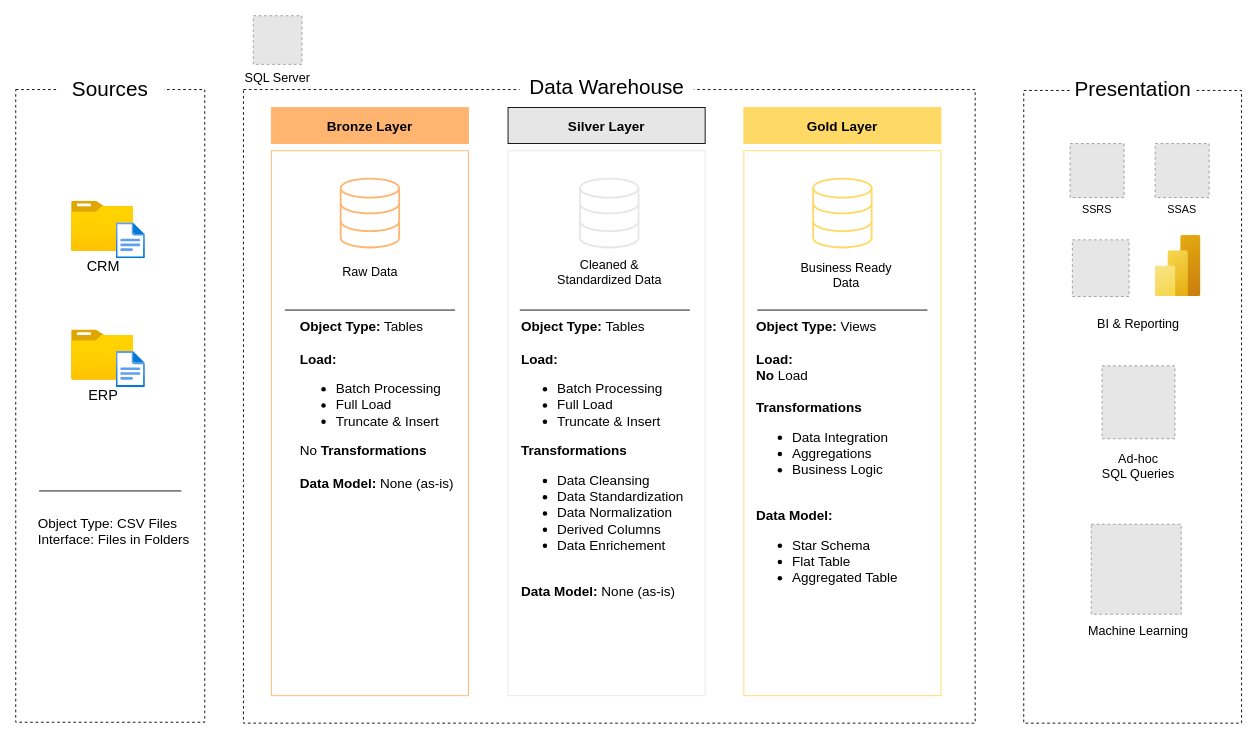
Above: DWH Implementation/DWH Architecture Diagram.drawio in MohammadGhanaym/Sales-Logistics-Analytics-DWH (draw.io), before the change. Source tidied: cells renumbered, new cells numbered last; positions are measured from the earlier drawing's top-left corner, leaving out a move shared by most shapes. Both pictures are drawn from the tidied source at 90%, with x=0, y=0 at pixel (15, 15). Pictures stored in the file or linked from it are replaced by grey dashed boxes.
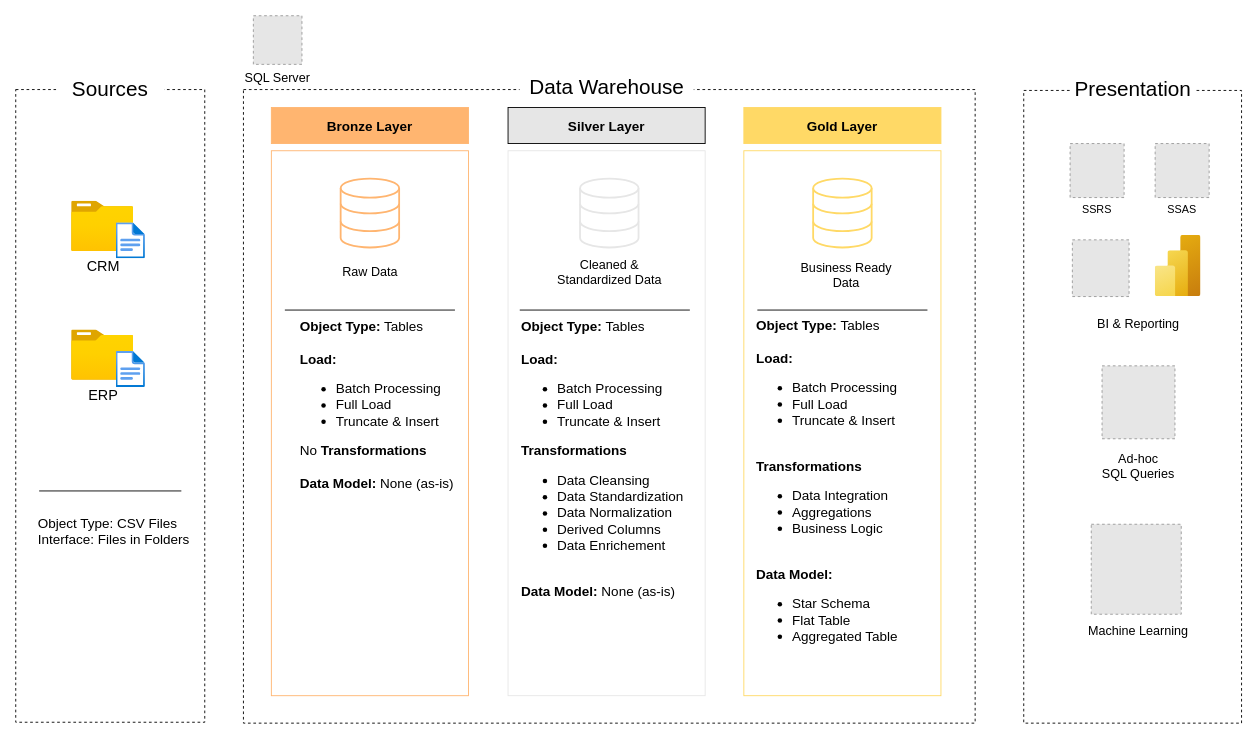
The same page after the edit.

The edit, as a diff of the source:
```diff
@@
-    <mxCell id="42" value="&lt;b&gt;Object Type:&lt;/b&gt; Views&lt;div&gt;&lt;br&gt;&lt;div&gt;&lt;b&gt;Load:&lt;/b&gt;&lt;/div&gt;&lt;div&gt;&lt;b&gt;No &lt;/b&gt;Load&lt;/div&gt;&lt;div&gt;&lt;b&gt;&lt;br&gt;&lt;/b&gt;&lt;/div&gt;&lt;div&gt;&lt;div&gt;&lt;b&gt;Transformations&lt;/b&gt;&lt;/div&gt;&lt;/div&gt;&lt;div&gt;&lt;ul&gt;&lt;li&gt;Data Integration&lt;/li&gt;&lt;li&gt;Aggregations&lt;/li&gt;&lt;li&gt;Business Logic&lt;/li&gt;&lt;/ul&gt;&lt;/div&gt;&lt;div&gt;&lt;br&gt;&lt;/div&gt;&lt;div&gt;&lt;b&gt;Data Model:&amp;nbsp;&lt;/b&gt;&lt;/div&gt;&lt;/div&gt;&lt;div&gt;&lt;ul&gt;&lt;li&gt;Star Schema&lt;/li&gt;&lt;li&gt;Flat Table&lt;/li&gt;&lt;li&gt;Aggregated Table&lt;/li&gt;&lt;/ul&gt;&lt;/div&gt;" style="text;html=1;whiteSpace=wrap;strokeColor=none;fillColor=none;align=left;verticalAlign=middle;rounded=0;fontSize=15;" parent="1" vertex="1">
-      <mxGeometry x="820.5" y="326" width="205" height="332.5" as="geometry" />
+    <mxCell id="42" value="&lt;b&gt;Object Type:&lt;/b&gt;&amp;nbsp;Tables&lt;div&gt;&lt;br&gt;&lt;div&gt;&lt;b&gt;Load:&lt;/b&gt;&lt;/div&gt;&lt;div&gt;&lt;ul&gt;&lt;li&gt;Batch Processing&lt;/li&gt;&lt;li&gt;Full Load&lt;/li&gt;&lt;li&gt;Truncate &amp;amp; Insert&lt;/li&gt;&lt;/ul&gt;&lt;/div&gt;&lt;div&gt;&lt;b&gt;&lt;br&gt;&lt;/b&gt;&lt;/div&gt;&lt;div&gt;&lt;div&gt;&lt;b&gt;Transformations&lt;/b&gt;&lt;/div&gt;&lt;/div&gt;&lt;div&gt;&lt;ul&gt;&lt;li&gt;Data Integration&lt;/li&gt;&lt;li&gt;Aggregations&lt;/li&gt;&lt;li&gt;Business Logic&lt;/li&gt;&lt;/ul&gt;&lt;/div&gt;&lt;div&gt;&lt;br&gt;&lt;/div&gt;&lt;div&gt;&lt;b&gt;Data Model:&amp;nbsp;&lt;/b&gt;&lt;/div&gt;&lt;/div&gt;&lt;div&gt;&lt;ul&gt;&lt;li&gt;Star Schema&lt;/li&gt;&lt;li&gt;Flat Table&lt;/li&gt;&lt;li&gt;Aggregated Table&lt;/li&gt;&lt;/ul&gt;&lt;/div&gt;" style="text;html=1;whiteSpace=wrap;strokeColor=none;fillColor=none;align=left;verticalAlign=middle;rounded=0;fontSize=15;" parent="1" vertex="1">
+      <mxGeometry x="820.5" y="354" width="205" height="340" as="geometry" />
     </mxCell>
```
